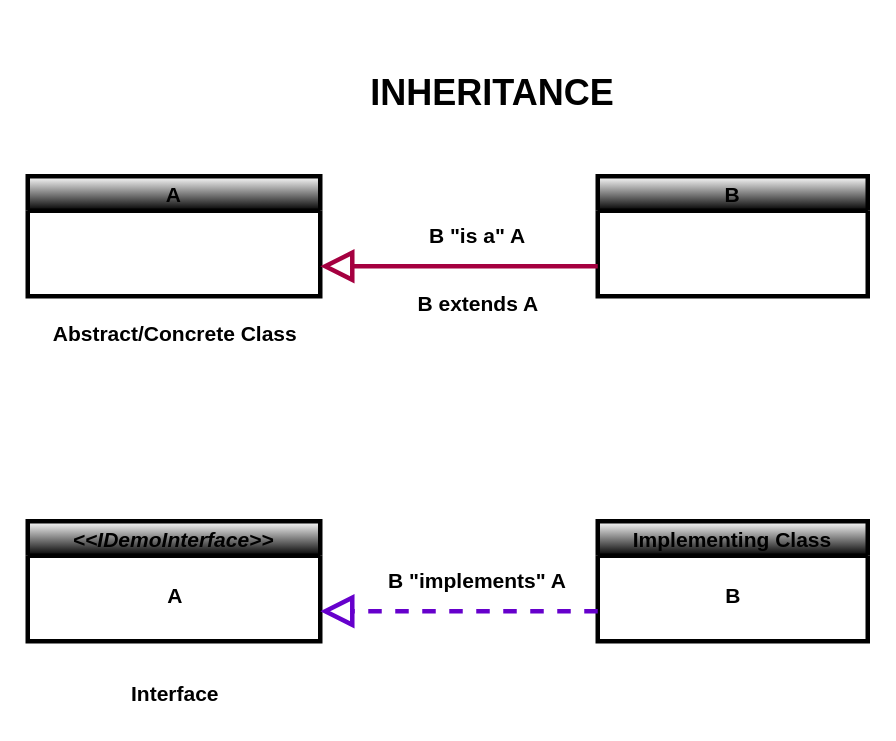
surajit1312/Low_Level_System_Design keeps this draw.io diagram as P0_UML_Diagrams/ClassRelationships_Inheritance.drawio. Above is the earlier version. Source tidied: cells renumbered, new cells numbered last; positions are measured from the earlier drawing's top-left corner, leaving out a move shared by most shapes. Both pictures are drawn from the tidied source at 150%, with x=0, y=0 at pixel (27, 26).
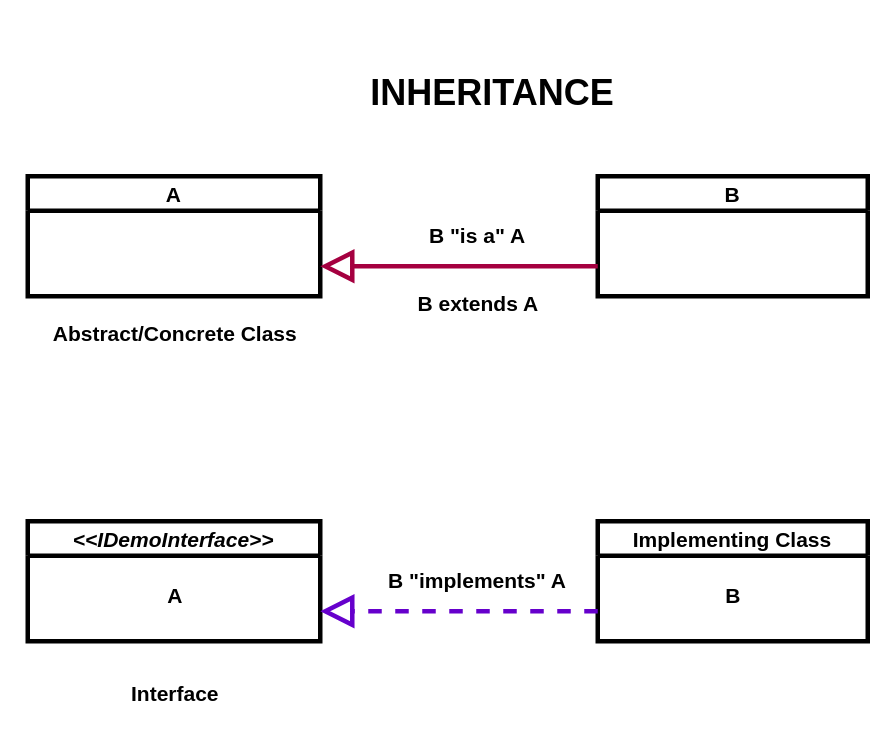
The same diagram, later.

Commit message (it also covers changes not shown here):
feat[LLD][DesignPatterns][UML]: UML diagrams

Diff of the diagram source:
```diff
@@
 <mxGraphModel background="#ffffff">
   <root>
     <mxCell id="0" />
     <mxCell id="1" parent="0" />
-    <mxCell id="2" value="A" style="swimlane;fontStyle=1;startSize=23;fontSize=14;fillColor=#FFFFFF;gradientColor=default;fontColor=#000000;labelBorderColor=none;strokeColor=#000000;strokeWidth=3;" parent="1" vertex="1">
+    <mxCell id="2" value="A" style="swimlane;fontStyle=1;startSize=23;fontSize=14;fillColor=#FFFFFF;gradientColor=none;fontColor=#000000;labelBorderColor=none;strokeColor=#000000;strokeWidth=3;" parent="1" vertex="1">
       <mxGeometry y="100" width="195" height="80" as="geometry" />
     </mxCell>
-    <mxCell id="3" value="B" style="swimlane;fontStyle=1;fontSize=14;fillColor=#FFFFFF;gradientColor=default;fontColor=#000000;labelBorderColor=none;strokeColor=#000000;strokeWidth=3;" parent="1" vertex="1">
+    <mxCell id="3" value="B" style="swimlane;fontStyle=1;fontSize=14;fillColor=#FFFFFF;gradientColor=none;fontColor=#000000;labelBorderColor=none;strokeColor=#000000;strokeWidth=3;" parent="1" vertex="1">
       <mxGeometry x="380" y="100" width="180" height="80" as="geometry" />
     </mxCell>
     <mxCell id="4" value="&lt;b&gt;B &quot;is a&quot; A&lt;/b&gt;" style="text;html=1;strokeColor=none;fillColor=none;align=center;verticalAlign=middle;whiteSpace=wrap;rounded=0;fontSize=14;fontColor=#000000;" parent="1" vertex="1">
       <mxGeometry x="230" y="125" width="140" height="30" as="geometry" />
     </mxCell>
     <mxCell id="5" value="&lt;b&gt;&lt;font style=&quot;font-size: 24px;&quot;&gt;INHERITANCE&lt;/font&gt;&lt;/b&gt;" style="text;html=1;strokeColor=none;fillColor=none;align=center;verticalAlign=middle;whiteSpace=wrap;rounded=0;fontSize=14;rotation=0;fontColor=#000000;" parent="1" vertex="1">
       <mxGeometry x="170" width="280" height="90" as="geometry" />
     </mxCell>
     <mxCell id="6" style="endArrow=block;html=1;entryX=1;entryY=0.75;entryDx=0;entryDy=0;exitX=0;exitY=0.75;exitDx=0;exitDy=0;strokeWidth=3;endFill=0;endSize=15;startSize=0;rounded=0;fillColor=#d80073;strokeColor=#A50040;" parent="1" edge="1" source="3" target="2">
       <mxGeometry relative="1" as="geometry" />
     </mxCell>
     <mxCell id="7" value="&lt;b&gt;&lt;font style=&quot;font-size: 14px;&quot;&gt;B extends A&lt;/font&gt;&lt;/b&gt;" style="text;html=1;align=center;verticalAlign=middle;strokeColor=none;fillColor=none;fontColor=#000000;" parent="1" vertex="1">
       <mxGeometry x="250" y="170" width="100" height="30" as="geometry" />
     </mxCell>
-    <mxCell id="8" value="&lt;&lt;IDemoInterface&gt;&gt;" style="swimlane;fontStyle=3;startSize=23;fontSize=14;fillColor=#FFFFFF;gradientColor=default;fontColor=#000000;labelBorderColor=none;strokeColor=#000000;strokeWidth=3;" parent="1" vertex="1">
+    <mxCell id="8" value="&lt;&lt;IDemoInterface&gt;&gt;" style="swimlane;fontStyle=3;startSize=23;fontSize=14;fillColor=#FFFFFF;gradientColor=none;fontColor=#000000;labelBorderColor=none;strokeColor=#000000;strokeWidth=3;" parent="1" vertex="1">
       <mxGeometry y="330" width="195" height="80" as="geometry" />
     </mxCell>
     <mxCell id="9" value="&lt;b&gt;&lt;font style=&quot;font-size: 14px;&quot;&gt;A&lt;/font&gt;&lt;/b&gt;" style="text;html=1;align=center;verticalAlign=middle;strokeColor=#FFFFFF;fillColor=#FFFFFF;gradientColor=none;fontColor=#000000;labelBorderColor=none;strokeWidth=3;labelBackgroundColor=none;gradientDirection=north;" parent="8" vertex="1">
       <mxGeometry x="82.5" y="35" width="30" height="30" as="geometry" />
     </mxCell>
-    <mxCell id="10" value="Implementing Class" style="swimlane;fontStyle=1;fontSize=14;fillColor=#FFFFFF;gradientColor=default;fontColor=#000000;labelBorderColor=none;strokeColor=#000000;strokeWidth=3;" parent="1" vertex="1">
+    <mxCell id="10" value="Implementing Class" style="swimlane;fontStyle=1;fontSize=14;fillColor=#FFFFFF;gradientColor=none;fontColor=#000000;labelBorderColor=none;strokeColor=#000000;strokeWidth=3;" parent="1" vertex="1">
       <mxGeometry x="380" y="330" width="180" height="80" as="geometry" />
     </mxCell>
     <mxCell id="11" value="&lt;b&gt;&lt;font style=&quot;font-size: 14px;&quot;&gt;B&lt;/font&gt;&lt;/b&gt;" style="text;html=1;align=center;verticalAlign=middle;strokeColor=none;fillColor=none;fontColor=#000000;" parent="10" vertex="1">
       <mxGeometry x="75" y="35" width="30" height="30" as="geometry" />
     </mxCell>
     <mxCell id="12" value="&lt;b&gt;B &quot;implements&quot; A&lt;/b&gt;" style="text;html=1;strokeColor=none;fillColor=none;align=center;verticalAlign=middle;whiteSpace=wrap;rounded=0;fontSize=14;fontColor=#000000;" parent="1" vertex="1">
       <mxGeometry x="230" y="355" width="140" height="30" as="geometry" />
     </mxCell>
     <mxCell id="13" style="endArrow=block;html=1;entryX=1;entryY=0.75;entryDx=0;entryDy=0;exitX=0;exitY=0.75;exitDx=0;exitDy=0;strokeWidth=3;endFill=0;endSize=15;startSize=0;rounded=0;fillColor=#fa6800;strokeColor=#6600CC;dashed=1;" parent="1" edge="1" source="10" target="8">
       <mxGeometry relative="1" as="geometry" />
     </mxCell>
     <mxCell id="14" value="&lt;b&gt;Abstract/Concrete Class&lt;/b&gt;" style="text;html=1;align=center;verticalAlign=middle;strokeColor=none;fillColor=none;fontSize=14;fontColor=#000000;" parent="1" vertex="1">
       <mxGeometry x="2.5" y="190" width="190" height="30" as="geometry" />
     </mxCell>
     <mxCell id="15" value="&lt;b&gt;Interface&lt;/b&gt;" style="text;html=1;align=center;verticalAlign=middle;strokeColor=none;fillColor=none;fontSize=14;fontColor=#000000;" parent="1" vertex="1">
       <mxGeometry x="57.5" y="430" width="80" height="30" as="geometry" />
     </mxCell>
   </root>
 </mxGraphModel>
```
